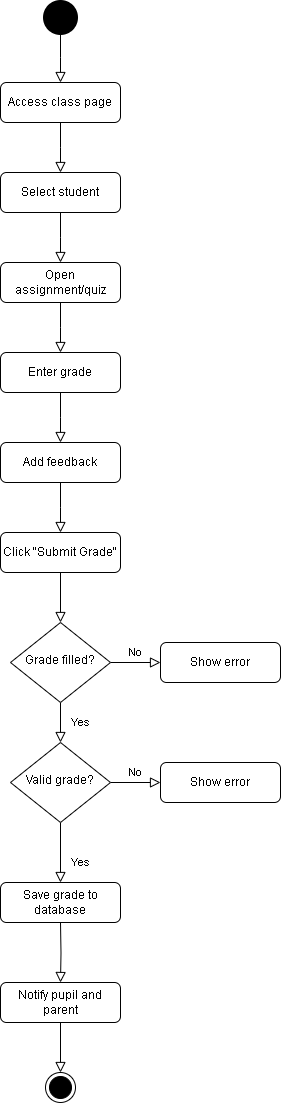
Before: Activity-diagrams/activity-diagram-student-grading.drawio.png, a diagram exported from draw.io (LeandroBakollari/learning-platform). Source tidied: cells renumbered, new cells last; positions are measured from the earlier drawing's top-left corner, leaving out a move shared by most shapes.
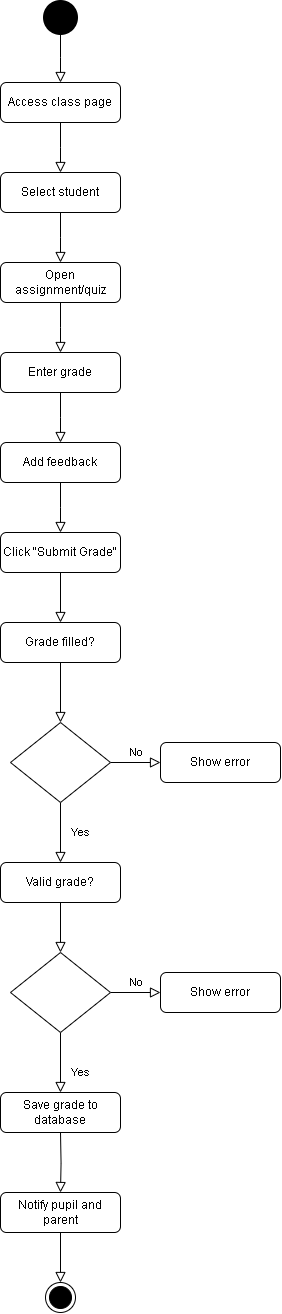
Above is the later version.

Diff of the diagram source:
```diff
@@ -2,23 +2,23 @@
   <root>
     <mxCell id="0" />
     <mxCell id="1" parent="0" />
-    <mxCell id="2" style="rounded=0;html=1;jettySize=auto;fontSize=11;endArrow=block;endFill=0;endSize=8;strokeWidth=1;shadow=0;labelBackgroundColor=none;edgeStyle=orthogonalEdgeStyle;" parent="1" edge="1" source="3" target="6">
+    <mxCell id="2" style="rounded=0;html=1;jettySize=auto;fontSize=11;endArrow=block;endFill=0;endSize=8;strokeWidth=1;shadow=0;labelBackgroundColor=none;edgeStyle=orthogonalEdgeStyle;" parent="1" edge="1" source="3" target="30">
       <mxGeometry relative="1" as="geometry" />
     </mxCell>
     <mxCell id="3" value="Click &quot;Submit Grade&quot;" style="rounded=1;whiteSpace=wrap;html=1;fontSize=12;glass=0;strokeWidth=1;shadow=0;" parent="1" vertex="1">
       <mxGeometry y="530" width="120" height="40" as="geometry" />
     </mxCell>
-    <mxCell id="4" value="Yes" style="rounded=0;html=1;jettySize=auto;fontSize=11;endArrow=block;endFill=0;endSize=8;strokeWidth=1;shadow=0;labelBackgroundColor=none;edgeStyle=orthogonalEdgeStyle;" parent="1" edge="1" source="6" target="10">
+    <mxCell id="4" value="Yes" style="rounded=0;html=1;jettySize=auto;fontSize=11;endArrow=block;endFill=0;endSize=8;strokeWidth=1;shadow=0;labelBackgroundColor=none;edgeStyle=orthogonalEdgeStyle;" parent="1" edge="1" source="6" target="32">
       <mxGeometry y="20" relative="1" as="geometry" />
     </mxCell>
     <mxCell id="5" value="No" style="edgeStyle=orthogonalEdgeStyle;rounded=0;html=1;jettySize=auto;fontSize=11;endArrow=block;endFill=0;endSize=8;strokeWidth=1;shadow=0;labelBackgroundColor=none;" parent="1" edge="1" source="6" target="7">
       <mxGeometry y="10" relative="1" as="geometry" />
     </mxCell>
-    <mxCell id="6" value="Grade filled?" style="rhombus;whiteSpace=wrap;html=1;shadow=0;fontFamily=Helvetica;fontSize=12;align=center;strokeWidth=1;spacing=6;spacingTop=-4;" parent="1" vertex="1">
-      <mxGeometry x="10" y="620" width="100" height="80" as="geometry" />
+    <mxCell id="6" style="rhombus;whiteSpace=wrap;html=1;shadow=0;fontFamily=Helvetica;fontSize=12;align=center;strokeWidth=1;spacing=6;spacingTop=-4;" parent="1" vertex="1">
+      <mxGeometry x="10" y="720" width="100" height="80" as="geometry" />
     </mxCell>
     <mxCell id="7" value="Show error" style="rounded=1;whiteSpace=wrap;html=1;fontSize=12;glass=0;strokeWidth=1;shadow=0;" parent="1" vertex="1">
-      <mxGeometry x="160" y="640" width="120" height="40" as="geometry" />
+      <mxGeometry x="160" y="740" width="120" height="40" as="geometry" />
     </mxCell>
     <mxCell id="8" value="Yes" style="rounded=0;html=1;jettySize=auto;fontSize=11;endArrow=block;endFill=0;endSize=8;strokeWidth=1;shadow=0;labelBackgroundColor=none;edgeStyle=orthogonalEdgeStyle;" parent="1" edge="1" source="10" target="11">
       <mxGeometry x="0.33" y="20" relative="1" as="geometry" />
@@ -26,14 +26,14 @@
     <mxCell id="9" value="No" style="edgeStyle=orthogonalEdgeStyle;rounded=0;html=1;jettySize=auto;fontSize=11;endArrow=block;endFill=0;endSize=8;strokeWidth=1;shadow=0;labelBackgroundColor=none;" parent="1" edge="1" source="10" target="12">
       <mxGeometry y="10" relative="1" as="geometry" />
     </mxCell>
-    <mxCell id="10" value="Valid grade?" style="rhombus;whiteSpace=wrap;html=1;shadow=0;fontFamily=Helvetica;fontSize=12;align=center;strokeWidth=1;spacing=6;spacingTop=-4;" parent="1" vertex="1">
-      <mxGeometry x="10" y="740" width="100" height="80" as="geometry" />
+    <mxCell id="10" style="rhombus;whiteSpace=wrap;html=1;shadow=0;fontFamily=Helvetica;fontSize=12;align=center;strokeWidth=1;spacing=6;spacingTop=-4;" parent="1" vertex="1">
+      <mxGeometry x="10" y="950" width="100" height="80" as="geometry" />
     </mxCell>
     <mxCell id="11" value="Save grade to database" style="rounded=1;whiteSpace=wrap;html=1;fontSize=12;glass=0;strokeWidth=1;shadow=0;" parent="1" vertex="1">
-      <mxGeometry y="880" width="120" height="40" as="geometry" />
+      <mxGeometry y="1090" width="120" height="40" as="geometry" />
     </mxCell>
     <mxCell id="12" value="Show error" style="rounded=1;whiteSpace=wrap;html=1;fontSize=12;glass=0;strokeWidth=1;shadow=0;" parent="1" vertex="1">
-      <mxGeometry x="160" y="760" width="120" height="40" as="geometry" />
+      <mxGeometry x="160" y="970" width="120" height="40" as="geometry" />
     </mxCell>
     <mxCell id="13" style="rounded=0;html=1;jettySize=auto;fontSize=11;endArrow=block;endFill=0;endSize=8;strokeWidth=1;shadow=0;labelBackgroundColor=none;edgeStyle=orthogonalEdgeStyle;" parent="1" edge="1" source="14">
       <mxGeometry relative="1" as="geometry">
@@ -77,17 +77,17 @@
     </mxCell>
     <mxCell id="23" style="rounded=0;html=1;jettySize=auto;fontSize=11;endArrow=block;endFill=0;endSize=8;strokeWidth=1;shadow=0;labelBackgroundColor=none;edgeStyle=orthogonalEdgeStyle;" parent="1" edge="1" target="24">
       <mxGeometry x="0.33" y="20" relative="1" as="geometry">
-        <mxPoint x="60" y="920" as="sourcePoint" />
+        <mxPoint x="60" y="1130" as="sourcePoint" />
       </mxGeometry>
     </mxCell>
     <mxCell id="24" value="Notify pupil and parent" style="rounded=1;whiteSpace=wrap;html=1;fontSize=12;glass=0;strokeWidth=1;shadow=0;" parent="1" vertex="1">
-      <mxGeometry y="980" width="120" height="40" as="geometry" />
+      <mxGeometry y="1190" width="120" height="40" as="geometry" />
     </mxCell>
     <mxCell id="25" style="rounded=0;html=1;jettySize=auto;fontSize=11;endArrow=block;endFill=0;endSize=8;strokeWidth=1;shadow=0;labelBackgroundColor=none;edgeStyle=orthogonalEdgeStyle;exitX=0.5;exitY=1;exitDx=0;exitDy=0;" parent="1" edge="1" source="24" target="26">
       <mxGeometry x="0.33" y="20" relative="1" as="geometry" />
     </mxCell>
     <mxCell id="26" style="ellipse;html=1;shape=endState;fillColor=#000000;strokeColor=#000000;" parent="1" vertex="1">
-      <mxGeometry x="45" y="1070" width="30" height="30" as="geometry" />
+      <mxGeometry x="45" y="1280" width="30" height="30" as="geometry" />
     </mxCell>
     <mxCell id="27" style="ellipse;html=1;shape=endState;fillColor=#000000;strokeColor=#000000;strokeWidth=5;" parent="1" vertex="1">
       <mxGeometry x="45" width="30" height="30" as="geometry" />
@@ -97,5 +97,17 @@
         <mxPoint x="60" y="80" as="targetPoint" />
       </mxGeometry>
     </mxCell>
+    <mxCell id="29" style="rounded=0;html=1;jettySize=auto;fontSize=11;endArrow=block;endFill=0;endSize=8;strokeWidth=1;shadow=0;labelBackgroundColor=none;edgeStyle=orthogonalEdgeStyle;" parent="1" edge="1" source="30" target="6">
+      <mxGeometry relative="1" as="geometry" />
+    </mxCell>
+    <mxCell id="30" value="Grade filled?" style="rounded=1;whiteSpace=wrap;html=1;fontSize=12;glass=0;strokeWidth=1;shadow=0;" parent="1" vertex="1">
+      <mxGeometry y="620" width="120" height="40" as="geometry" />
+    </mxCell>
+    <mxCell id="31" style="rounded=0;html=1;jettySize=auto;fontSize=11;endArrow=block;endFill=0;endSize=8;strokeWidth=1;shadow=0;labelBackgroundColor=none;edgeStyle=orthogonalEdgeStyle;" parent="1" edge="1" source="32" target="10">
+      <mxGeometry relative="1" as="geometry" />
+    </mxCell>
+    <mxCell id="32" value="Valid grade?" style="rounded=1;whiteSpace=wrap;html=1;fontSize=12;glass=0;strokeWidth=1;shadow=0;" parent="1" vertex="1">
+      <mxGeometry y="860" width="120" height="40" as="geometry" />
+    </mxCell>
   </root>
 </mxGraphModel>
```
